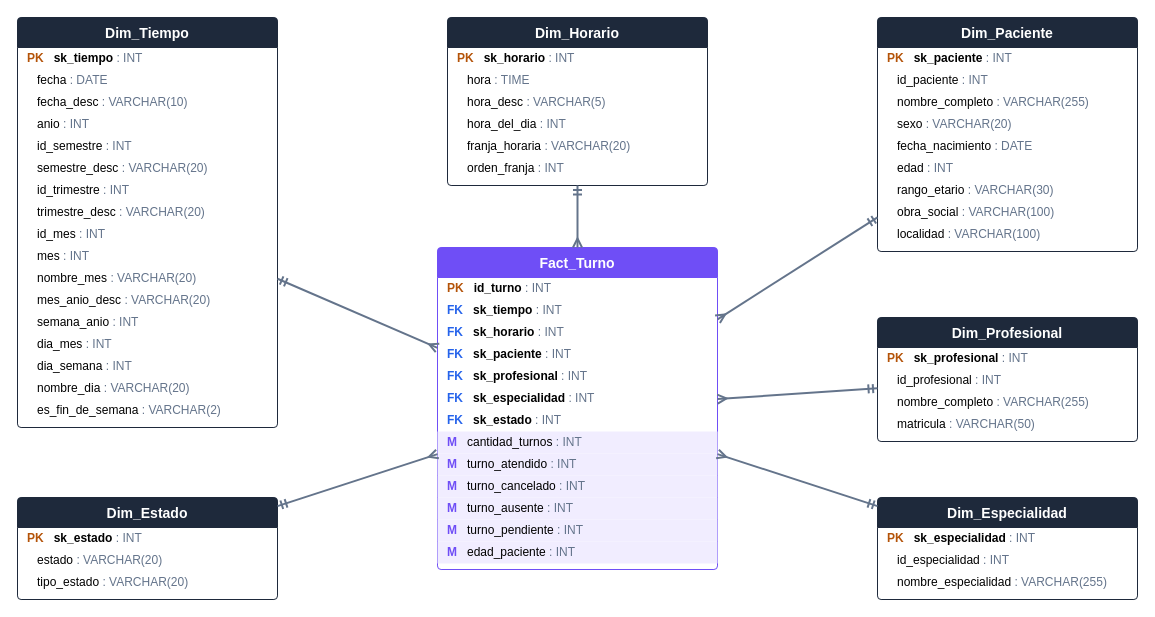
Before: Diagrama_Estrella.drawio in emmaaden/DBll-DW, a draw.io diagram. Source tidied: cells renumbered, new cells numbered last; positions are measured from the earlier drawing's top-left corner, leaving out a move shared by most shapes. Both pictures are drawn from the tidied source at 100%, with x=0, y=0 at pixel (17, 17).
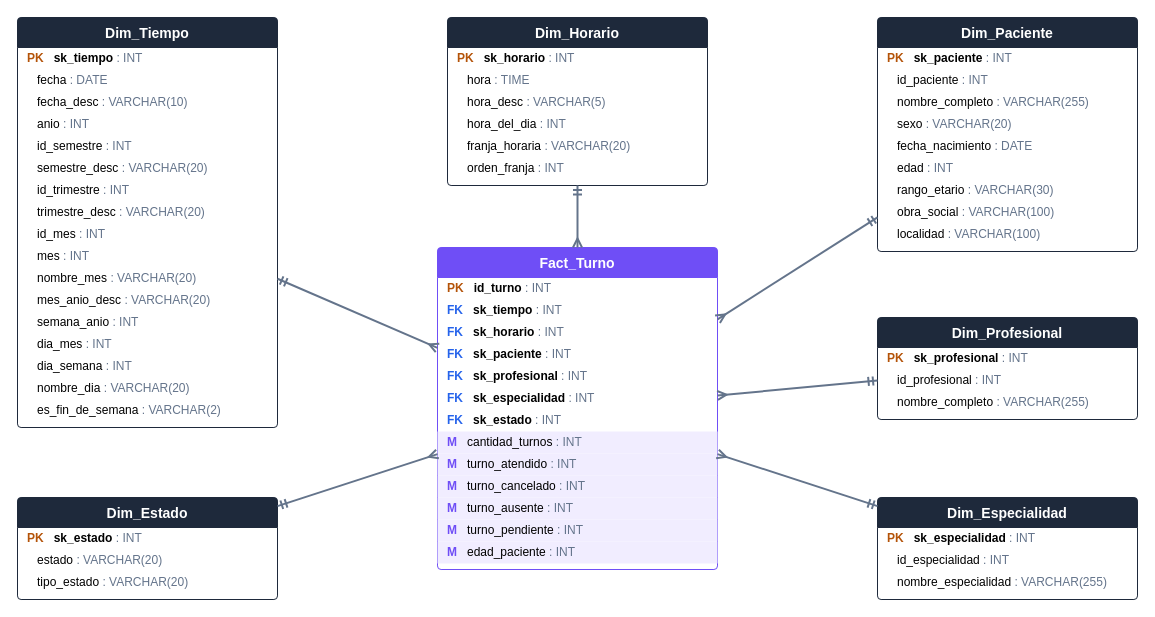
The same page after the edit.

Diff of the diagram source:
```diff
@@
     <mxCell id="55" value="Dim_Profesional" style="swimlane;fontStyle=1;horizontal=1;startSize=30;fillColor=#1E293B;fontColor=#FFFFFF;strokeColor=#1E293B;swimlaneFillColor=#FFFFFF;rounded=1;arcSize=4;fontSize=14;" parent="1" vertex="1">
-      <mxGeometry x="860" y="300" width="260" height="124" as="geometry" />
+      <mxGeometry x="860" y="300" width="260" height="102" as="geometry" />
     </mxCell>
@@
-    <mxCell id="59" value="&lt;b&gt;&lt;font color=&quot;#000000&quot;&gt;&lt;/font&gt;&lt;/b&gt;&amp;nbsp;&amp;nbsp;&amp;nbsp;matricula &lt;font color=&quot;#64748B&quot;&gt;: VARCHAR(50)&lt;/font&gt;" style="text;html=1;align=left;verticalAlign=middle;spacingLeft=8;fontSize=12;fillColor=none;strokeColor=none;" parent="55" vertex="1">
-      <mxGeometry y="96" width="260" height="22" as="geometry" />
-    </mxCell>
```
